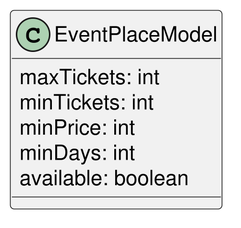
Before: img/event-place.png, a diagram exported from PlantUML (ai-shift/cyber-valley-tickets).
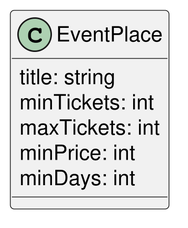
The same diagram one commit later.

Commit message:
add: Title to event place

Change to the diagram source:
```diff
@@ -1,10 +1,10 @@
 @startuml
 skinparam Dpi 300
-class EventPlaceModel {
+class EventPlace {
+  title: string
+  minTickets: int
   maxTickets: int
-  minTickets: int
   minPrice: int
   minDays: int
-  available: boolean
 }
 @enduml
```
